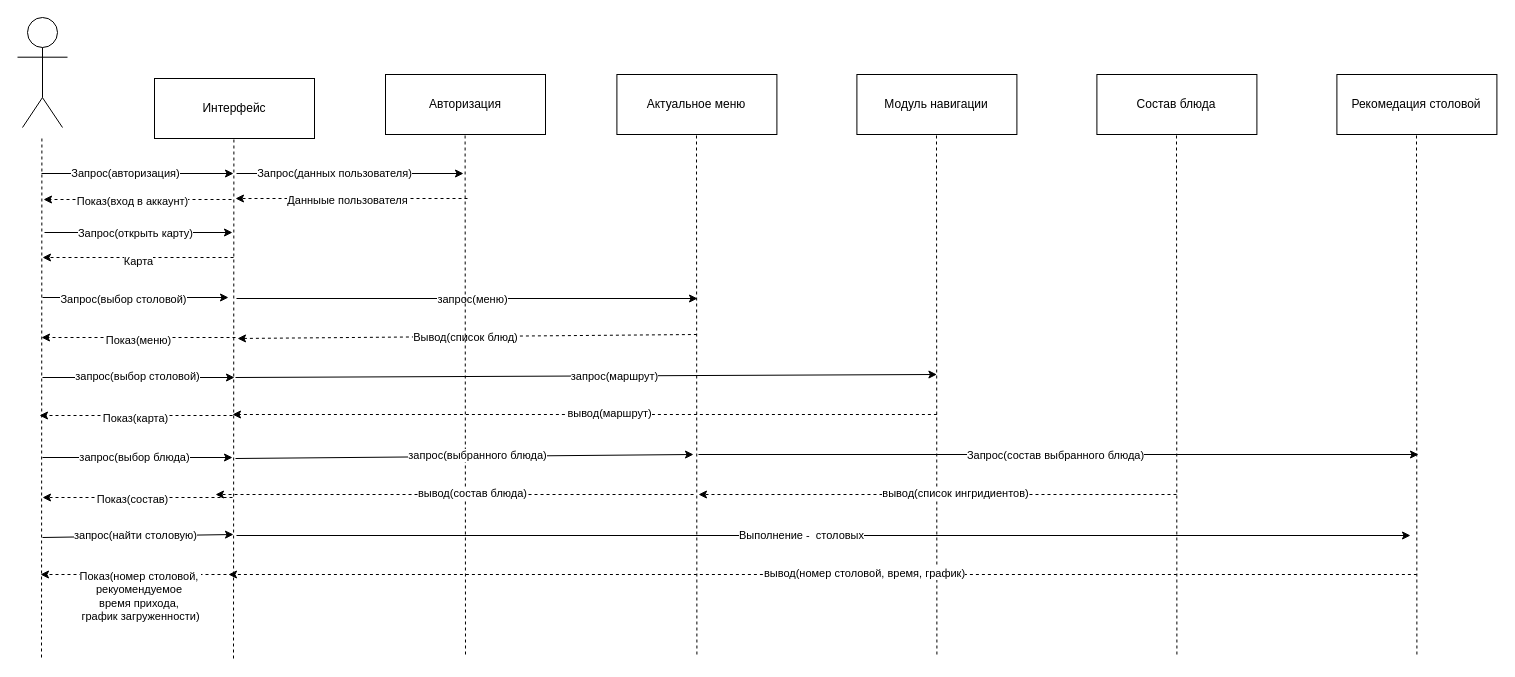
Earlier version of the draw.io diagram Diagramm/Диаграмма последовательностей состояний.drawio (Calibri75/PIT). Source tidied: cells renumbered, new cells numbered last; positions are measured from the earlier drawing's top-left corner, leaving out a move shared by most shapes. Both pictures are drawn from the tidied source at 100%, with x=0, y=0 at pixel (17, 17).
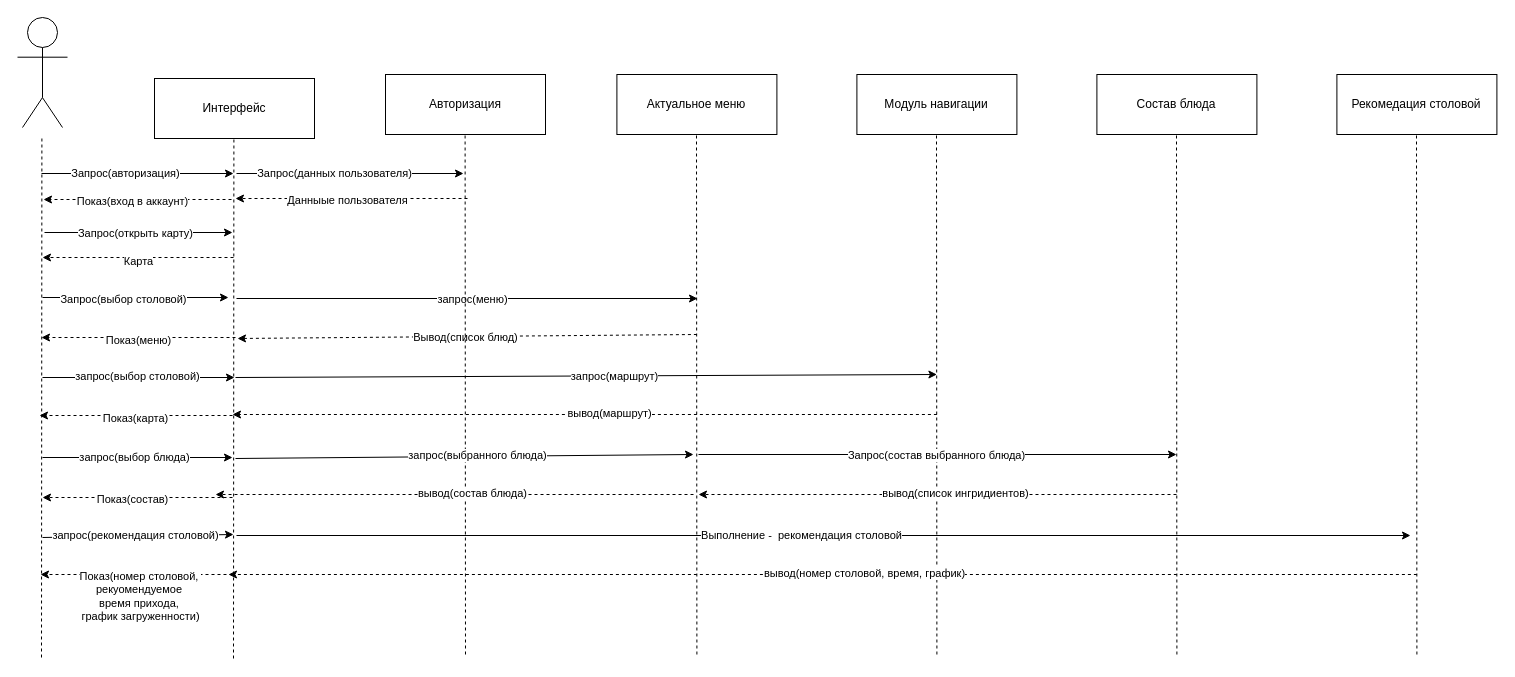
After the change.

The change refers to these unchanged cells:
```xml
<mxCell id="44" style="endArrow=classic;html=1;rounded=0;" parent="1" edge="1">
  <mxGeometry relative="1" as="geometry">
    <mxPoint x="25" y="520" as="sourcePoint" />
    <mxPoint x="216" y="517" as="targetPoint" />
  </mxGeometry>
</mxCell>
<mxCell id="46" style="endArrow=classic;html=1;rounded=0;" parent="1" edge="1">
  <mxGeometry relative="1" as="geometry">
    <mxPoint x="219" y="518" as="sourcePoint" />
    <mxPoint x="1393" y="518" as="targetPoint" />
  </mxGeometry>
</mxCell>
```

Diff of the diagram source:
```diff
@@
     <mxCell id="38" style="endArrow=classic;html=1;rounded=0;" parent="1" edge="1">
       <mxGeometry relative="1" as="geometry">
         <mxPoint x="681" y="437" as="sourcePoint" />
-        <mxPoint x="1401" y="437" as="targetPoint" />
+        <mxPoint x="1159" y="437" as="targetPoint" />
       </mxGeometry>
     </mxCell>
@@
-    <mxCell id="45" value="запрос(найти столовую)" style="edgeLabel;html=1;align=center;verticalAlign=middle;" parent="44" vertex="1">
+    <mxCell id="45" value="запрос(рекомендация столовой)" style="edgeLabel;html=1;align=center;verticalAlign=middle;" parent="44" vertex="1">
       <mxGeometry x="0.12" y="-2" relative="1" as="geometry">
         <mxPoint x="-15" y="-3" as="offset" />
       </mxGeometry>
     </mxCell>
@@
-    <mxCell id="47" value="Выполнение -&amp;nbsp; столовых" style="edgeLabel;html=1;align=center;verticalAlign=middle;" parent="46" vertex="1">
+    <mxCell id="47" value="Выполнение -&amp;nbsp; рекомендация столовой" style="edgeLabel;html=1;align=center;verticalAlign=middle;" parent="46" vertex="1">
       <mxGeometry x="-0.04" y="1" relative="1" as="geometry" />
     </mxCell>
```
